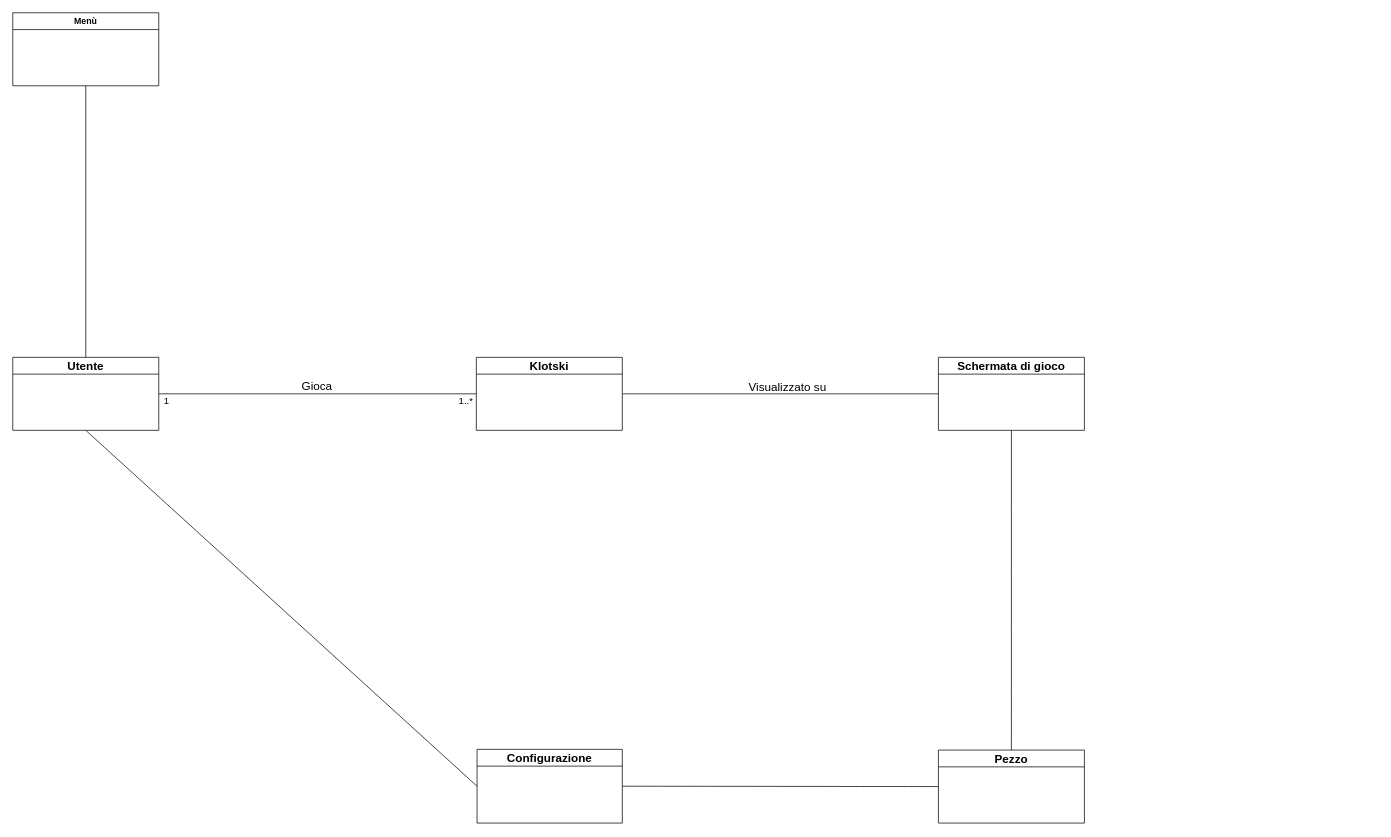
Before: Domain Model.drawio in trikkeballakke/Test, a draw.io diagram. Source tidied: cells renumbered, new cells numbered last; positions are measured from the earlier drawing's top-left corner, leaving out a move shared by most shapes. Both pictures are drawn from the tidied source at 73%, with x=0, y=0 at pixel (12, 12).
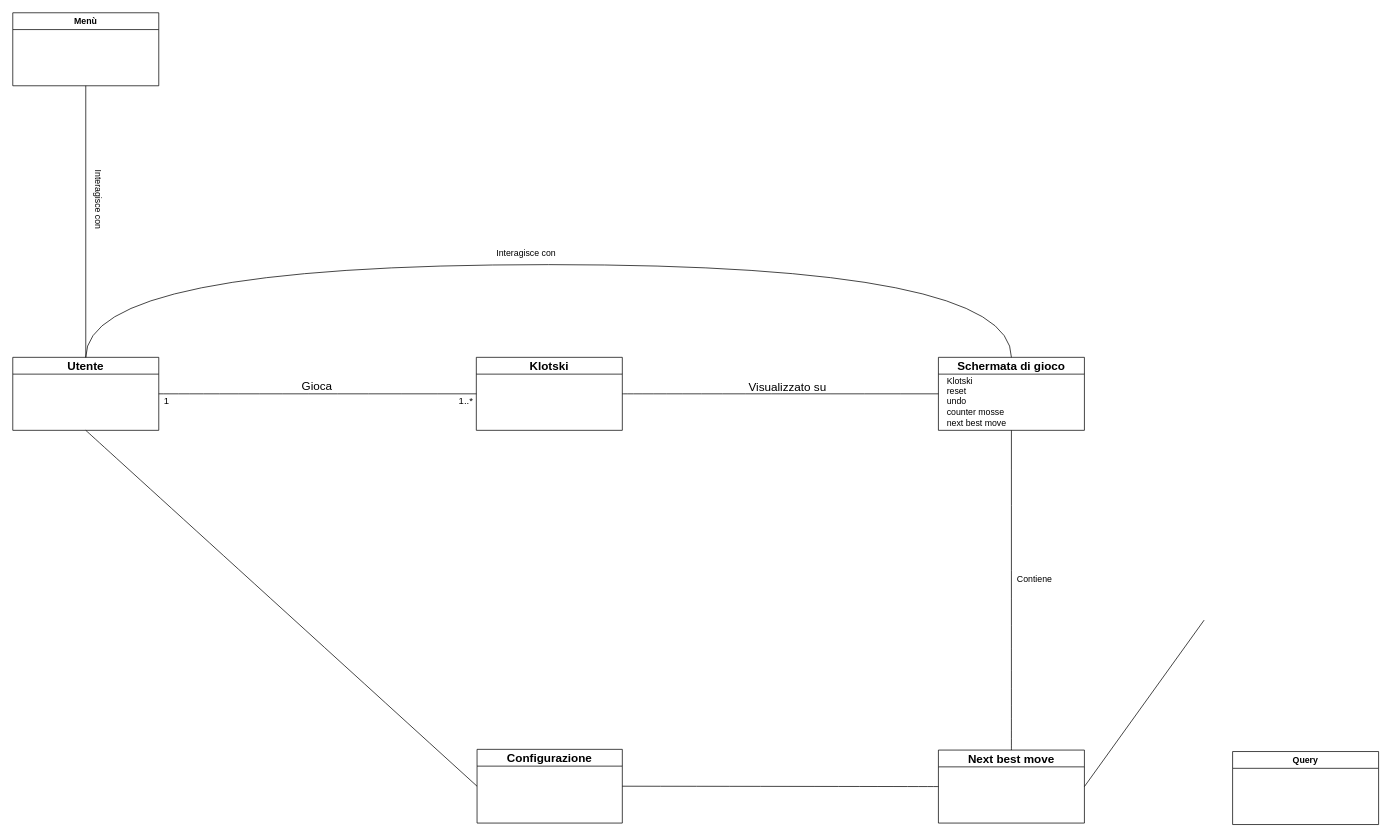
The same page after the edit.

Unchanged cells that the change refers to:
```xml
<mxCell id="3" value="Utente" style="swimlane;whiteSpace=wrap;html=1;fontSize=16;" parent="1" vertex="1">
  <mxGeometry y="472" width="200" height="100" as="geometry" />
</mxCell>
<mxCell id="9" value="Schermata di gioco" style="swimlane;whiteSpace=wrap;html=1;fontSize=16;" parent="1" vertex="1">
  <mxGeometry x="1268" y="472" width="200" height="100" as="geometry" />
</mxCell>
```

The edit, as a diff of the source:
```diff
@@
+    <mxCell id="19" value="&lt;div style=&quot;text-align: left;&quot;&gt;Klotski&lt;/div&gt;&lt;div style=&quot;text-align: left;&quot;&gt;reset&lt;/div&gt;&lt;div style=&quot;text-align: left;&quot;&gt;undo&lt;/div&gt;&lt;div style=&quot;text-align: left;&quot;&gt;counter mosse&lt;/div&gt;&lt;div style=&quot;text-align: left;&quot;&gt;next best move&lt;/div&gt;" style="text;html=1;strokeColor=none;fillColor=none;align=center;verticalAlign=middle;whiteSpace=wrap;rounded=0;" parent="9" vertex="1">
+      <mxGeometry x="-47" y="24" width="199" height="74" as="geometry" />
+    </mxCell>
@@
-    <mxCell id="12" value="Pezzo" style="swimlane;whiteSpace=wrap;html=1;fontSize=16;" parent="1" vertex="1">
+    <mxCell id="12" value="Next best move" style="swimlane;whiteSpace=wrap;html=1;fontSize=16;" parent="1" vertex="1">
       <mxGeometry x="1268" y="1010" width="200" height="100" as="geometry" />
     </mxCell>
@@
+    <mxCell id="20" style="endArrow=none;html=1;rounded=0;exitX=0.5;exitY=0;exitDx=0;exitDy=0;entryX=0.5;entryY=0;entryDx=0;entryDy=0;edgeStyle=orthogonalEdgeStyle;curved=1;" parent="1" edge="1" source="3" target="9">
+      <mxGeometry relative="1" as="geometry">
+        <Array as="points">
+          <mxPoint x="100" y="345" />
+          <mxPoint x="1368" y="345" />
+        </Array>
+      </mxGeometry>
+    </mxCell>
+    <mxCell id="21" value="Interagisce con" style="text;strokeColor=none;align=center;fillColor=none;html=1;verticalAlign=middle;whiteSpace=wrap;rounded=0;" parent="1" vertex="1">
+      <mxGeometry x="626" y="315" width="155" height="30" as="geometry" />
+    </mxCell>
+    <mxCell id="22" value="Interagisce con" style="text;strokeColor=none;align=center;fillColor=none;html=1;verticalAlign=middle;whiteSpace=wrap;rounded=0;rotation=90;" parent="1" vertex="1">
+      <mxGeometry x="40" y="241" width="155" height="30" as="geometry" />
+    </mxCell>
+    <mxCell id="23" value="Contiene" style="text;html=1;strokeColor=none;fillColor=none;align=center;verticalAlign=middle;whiteSpace=wrap;rounded=0;" parent="1" vertex="1">
+      <mxGeometry x="1370" y="761" width="60" height="30" as="geometry" />
+    </mxCell>
+    <mxCell id="24" style="endArrow=none;html=1;rounded=0;exitX=1;exitY=0.5;exitDx=0;exitDy=0;" parent="1" edge="1" source="12">
+      <mxGeometry relative="1" as="geometry">
+        <mxPoint x="1632" y="832" as="targetPoint" />
+      </mxGeometry>
+    </mxCell>
+    <mxCell id="25" value="Query" style="swimlane;whiteSpace=wrap;html=1;" parent="1" vertex="1">
+      <mxGeometry x="1671" y="1012" width="200" height="100" as="geometry" />
+    </mxCell>
```
